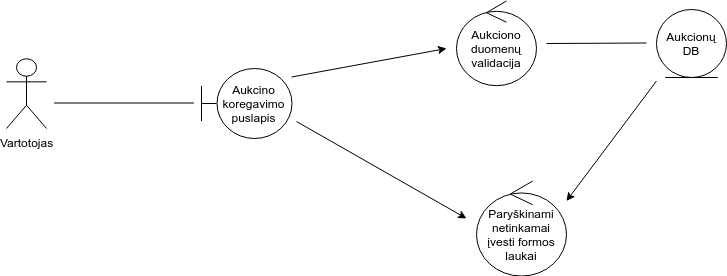
The draw.io diagram img/koreguoti.png in ievavizg/PSI, before a commit. Source tidied: cells renumbered, new cells last; positions are measured from the earlier drawing's top-left corner, leaving out a move shared by most shapes.
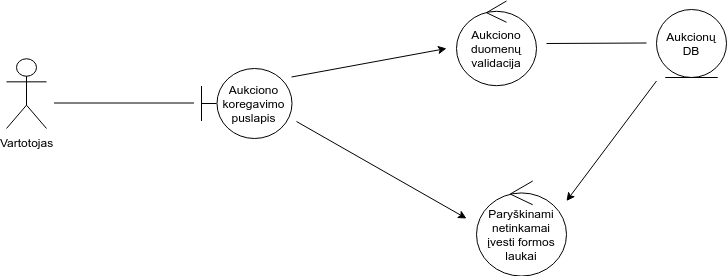
After the commit.

Diff of the diagram source:
```diff
@@ -5,7 +5,7 @@
     <mxCell id="2" value="Vartotojas" style="shape=umlActor;verticalLabelPosition=bottom;labelBackgroundColor=#ffffff;verticalAlign=top;html=1;" parent="1" vertex="1">
       <mxGeometry y="58" width="40" height="70" as="geometry" />
     </mxCell>
-    <mxCell id="3" value="Aukcino koregavimo puslapis" style="shape=umlBoundary;whiteSpace=wrap;html=1;" parent="1" vertex="1">
+    <mxCell id="3" value="Aukciono koregavimo puslapis" style="shape=umlBoundary;whiteSpace=wrap;html=1;" parent="1" vertex="1">
       <mxGeometry x="195" y="68" width="90" height="70" as="geometry" />
     </mxCell>
     <mxCell id="4" style="endArrow=none;html=1;" parent="1" edge="1">
```
